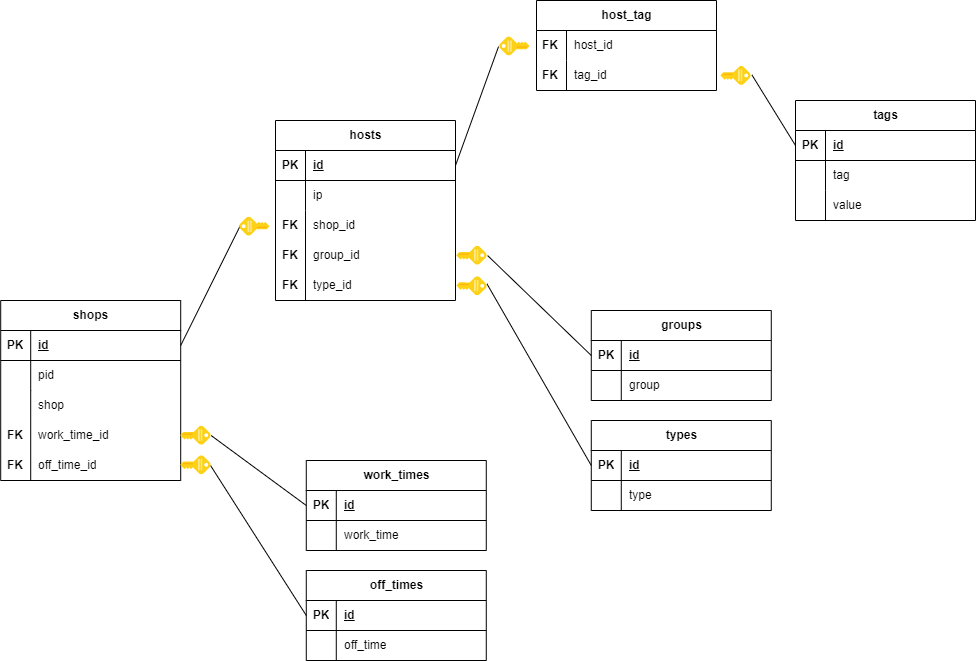
Above: db_schema.png in DorofD/zabbix_actualization_service (draw.io), before the change. Source tidied: cells renumbered, new cells last; positions are measured from the earlier drawing's top-left corner, leaving out a move shared by most shapes.
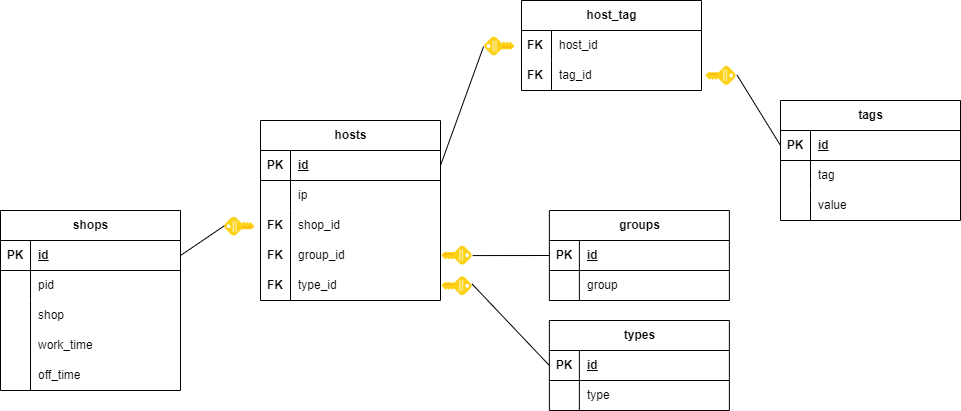
After the change.

Diff of the diagram source:
```diff
@@ -54,7 +54,7 @@
       <mxGeometry x="30" width="150" height="30" as="geometry" />
     </mxCell>
     <mxCell id="19" style="group;" parent="1" vertex="1">
-      <mxGeometry x="0.2" y="300" width="180" height="180" as="geometry" />
+      <mxGeometry x="15" y="210" width="180" height="180" as="geometry" />
     </mxCell>
     <mxCell id="20" value="shops" style="shape=table;startSize=30;rowLines=0;fontStyle=1;align=center;html=1;" parent="19" vertex="1">
       <mxGeometry width="180" height="180" as="geometry" />
@@ -89,16 +89,16 @@
     <mxCell id="30" value="shop" style="shape=partialRectangle;fillColor=none;top=0;left=0;bottom=0;right=0;align=left;spacingLeft=6;overflow=hidden;whiteSpace=wrap;html=1;" parent="19" vertex="1">
       <mxGeometry x="30" y="90" width="150" height="30" as="geometry" />
     </mxCell>
-    <mxCell id="31" value="work_time_id" style="shape=partialRectangle;fillColor=none;top=0;left=0;bottom=0;right=0;align=left;spacingLeft=6;overflow=hidden;whiteSpace=wrap;html=1;" parent="19" vertex="1">
+    <mxCell id="31" value="work_time" style="shape=partialRectangle;fillColor=none;top=0;left=0;bottom=0;right=0;align=left;spacingLeft=6;overflow=hidden;whiteSpace=wrap;html=1;" parent="19" vertex="1">
       <mxGeometry x="30" y="120" width="150" height="30" as="geometry" />
     </mxCell>
-    <mxCell id="32" value="off_time_id" style="shape=partialRectangle;fillColor=none;top=0;left=0;bottom=0;right=0;align=left;spacingLeft=6;overflow=hidden;whiteSpace=wrap;html=1;" parent="19" vertex="1">
+    <mxCell id="32" value="off_time" style="shape=partialRectangle;fillColor=none;top=0;left=0;bottom=0;right=0;align=left;spacingLeft=6;overflow=hidden;whiteSpace=wrap;html=1;" parent="19" vertex="1">
       <mxGeometry x="30" y="150" width="150" height="30" as="geometry" />
     </mxCell>
-    <mxCell id="33" value="FK" style="shape=partialRectangle;fillColor=none;top=0;left=0;bottom=0;right=0;fontStyle=1;overflow=hidden;whiteSpace=wrap;html=1;" parent="19" vertex="1">
+    <mxCell id="33" style="shape=partialRectangle;fillColor=none;top=0;left=0;bottom=0;right=0;fontStyle=1;overflow=hidden;whiteSpace=wrap;html=1;" parent="19" vertex="1">
       <mxGeometry y="120" width="30" height="30" as="geometry" />
     </mxCell>
-    <mxCell id="34" value="FK" style="shape=partialRectangle;fillColor=none;top=0;left=0;bottom=0;right=0;fontStyle=1;overflow=hidden;whiteSpace=wrap;html=1;" parent="19" vertex="1">
+    <mxCell id="34" style="shape=partialRectangle;fillColor=none;top=0;left=0;bottom=0;right=0;fontStyle=1;overflow=hidden;whiteSpace=wrap;html=1;" parent="19" vertex="1">
       <mxGeometry y="150" width="30" height="30" as="geometry" />
     </mxCell>
     <mxCell id="35" style="endArrow=none;html=1;rounded=0;entryX=0.545;entryY=0.032;entryDx=0;entryDy=0;entryPerimeter=0;exitX=1;exitY=0.5;exitDx=0;exitDy=0;" parent="1" edge="1" source="21" target="54">
@@ -161,62 +161,8 @@
     <mxCell id="54" style="sketch=0;html=1;points=[];align=center;image;fontSize=12;image=img/lib/mscae/Key.svg;rotation=-90;" parent="36" vertex="1">
       <mxGeometry y="90" width="18.9" height="30.4" as="geometry" />
     </mxCell>
-    <mxCell id="55" style="group;" parent="1" vertex="1">
-      <mxGeometry x="275" y="460" width="210.8" height="90" as="geometry" />
-    </mxCell>
-    <mxCell id="56" value="work_times" style="shape=table;startSize=30;rowLines=0;fontStyle=1;align=center;html=1;" parent="55" vertex="1">
-      <mxGeometry x="30.8" width="180" height="90" as="geometry" />
-    </mxCell>
-    <mxCell id="57" style="shape=tableRow;horizontal=0;startSize=0;swimlaneHead=0;swimlaneBody=0;fillColor=none;points=[[0,0.5],[1,0.5]];portConstraint=eastwest;top=0;left=0;right=0;bottom=1;" parent="56" vertex="1">
-      <mxGeometry y="30" width="180" height="30" as="geometry" />
-    </mxCell>
-    <mxCell id="58" value="PK" style="shape=partialRectangle;fillColor=none;top=0;left=0;bottom=0;right=0;fontStyle=1;overflow=hidden;whiteSpace=wrap;html=1;" parent="57" vertex="1">
-      <mxGeometry width="30" height="30" as="geometry" />
-    </mxCell>
-    <mxCell id="59" value="id" style="shape=partialRectangle;fillColor=none;top=0;left=0;bottom=0;right=0;align=left;spacingLeft=6;fontStyle=5;overflow=hidden;whiteSpace=wrap;html=1;" parent="57" vertex="1">
-      <mxGeometry x="30" width="150" height="30" as="geometry" />
-    </mxCell>
-    <mxCell id="60" style="shape=tableRow;horizontal=0;startSize=0;swimlaneHead=0;swimlaneBody=0;fillColor=none;top=0;left=0;right=0;bottom=0;" parent="56" vertex="1">
-      <mxGeometry y="60" width="180" height="30" as="geometry" />
-    </mxCell>
-    <mxCell id="61" style="shape=partialRectangle;fillColor=none;top=0;left=0;bottom=0;right=0;overflow=hidden;whiteSpace=wrap;html=1;" parent="60" vertex="1">
-      <mxGeometry width="30" height="30" as="geometry" />
-    </mxCell>
-    <mxCell id="62" value="work_time" style="shape=partialRectangle;fillColor=none;top=0;left=0;bottom=0;right=0;align=left;spacingLeft=6;overflow=hidden;whiteSpace=wrap;html=1;" parent="60" vertex="1">
-      <mxGeometry x="30" width="150" height="30" as="geometry" />
-    </mxCell>
-    <mxCell id="63" style="group;" parent="1" vertex="1">
-      <mxGeometry x="275" y="570" width="210.8" height="90" as="geometry" />
-    </mxCell>
-    <mxCell id="64" value="off_times" style="shape=table;startSize=30;rowLines=0;fontStyle=1;align=center;html=1;" parent="63" vertex="1">
-      <mxGeometry x="30.8" width="180" height="90" as="geometry" />
-    </mxCell>
-    <mxCell id="65" style="shape=tableRow;horizontal=0;startSize=0;swimlaneHead=0;swimlaneBody=0;fillColor=none;points=[[0,0.5],[1,0.5]];portConstraint=eastwest;top=0;left=0;right=0;bottom=1;" parent="64" vertex="1">
-      <mxGeometry y="30" width="180" height="30" as="geometry" />
-    </mxCell>
-    <mxCell id="66" value="PK" style="shape=partialRectangle;fillColor=none;top=0;left=0;bottom=0;right=0;fontStyle=1;overflow=hidden;whiteSpace=wrap;html=1;" parent="65" vertex="1">
-      <mxGeometry width="30" height="30" as="geometry" />
-    </mxCell>
-    <mxCell id="67" value="id" style="shape=partialRectangle;fillColor=none;top=0;left=0;bottom=0;right=0;align=left;spacingLeft=6;fontStyle=5;overflow=hidden;whiteSpace=wrap;html=1;" parent="65" vertex="1">
-      <mxGeometry x="30" width="150" height="30" as="geometry" />
-    </mxCell>
-    <mxCell id="68" style="shape=tableRow;horizontal=0;startSize=0;swimlaneHead=0;swimlaneBody=0;fillColor=none;top=0;left=0;right=0;bottom=0;" parent="64" vertex="1">
-      <mxGeometry y="60" width="180" height="30" as="geometry" />
-    </mxCell>
-    <mxCell id="69" style="shape=partialRectangle;fillColor=none;top=0;left=0;bottom=0;right=0;overflow=hidden;whiteSpace=wrap;html=1;" parent="68" vertex="1">
-      <mxGeometry width="30" height="30" as="geometry" />
-    </mxCell>
-    <mxCell id="70" value="off_time" style="shape=partialRectangle;fillColor=none;top=0;left=0;bottom=0;right=0;align=left;spacingLeft=6;overflow=hidden;whiteSpace=wrap;html=1;" parent="68" vertex="1">
-      <mxGeometry x="30" width="150" height="30" as="geometry" />
-    </mxCell>
-    <mxCell id="71" style="endArrow=none;html=1;rounded=0;entryX=0;entryY=0.5;entryDx=0;entryDy=0;exitX=0.493;exitY=-0.035;exitDx=0;exitDy=0;exitPerimeter=0;" parent="1" edge="1" source="97" target="57">
-      <mxGeometry relative="1" as="geometry" />
-    </mxCell>
-    <mxCell id="72" style="endArrow=none;html=1;rounded=0;entryX=0;entryY=0.5;entryDx=0;entryDy=0;exitX=0.511;exitY=-0.012;exitDx=0;exitDy=0;exitPerimeter=0;" parent="1" edge="1" source="98" target="65">
-      <mxGeometry relative="1" as="geometry" />
-    </mxCell>
     <mxCell id="73" style="group;" parent="1" vertex="1">
-      <mxGeometry x="555" y="420" width="215.8" height="90" as="geometry" />
+      <mxGeometry x="528.1" y="320" width="215.8" height="90" as="geometry" />
     </mxCell>
     <mxCell id="74" value="types" style="shape=table;startSize=30;rowLines=0;fontStyle=1;align=center;html=1;" parent="73" vertex="1">
       <mxGeometry x="35.8" width="180" height="90" as="geometry" />
@@ -240,7 +186,7 @@
       <mxGeometry x="30" width="150" height="30" as="geometry" />
     </mxCell>
     <mxCell id="81" style="group;" parent="1" vertex="1">
-      <mxGeometry x="555" y="310" width="215.8" height="90" as="geometry" />
+      <mxGeometry x="528.1" y="210" width="215.8" height="90" as="geometry" />
     </mxCell>
     <mxCell id="82" value="groups" style="shape=table;startSize=30;rowLines=0;fontStyle=1;align=center;html=1;" parent="81" vertex="1">
       <mxGeometry x="35.8" width="180" height="90" as="geometry" />
@@ -287,12 +233,6 @@
     <mxCell id="96" style="sketch=0;html=1;points=[];align=center;image;fontSize=12;image=img/lib/mscae/Key.svg;rotation=91;" parent="1" vertex="1">
       <mxGeometry x="461" y="270.4" width="18.9" height="30.4" as="geometry" />
     </mxCell>
-    <mxCell id="97" style="sketch=0;html=1;points=[];align=center;image;fontSize=12;image=img/lib/mscae/Key.svg;rotation=90;" parent="1" vertex="1">
-      <mxGeometry x="185" y="420" width="18.9" height="30.4" as="geometry" />
-    </mxCell>
-    <mxCell id="98" style="sketch=0;html=1;points=[];align=center;image;fontSize=12;image=img/lib/mscae/Key.svg;rotation=90;" parent="1" vertex="1">
-      <mxGeometry x="185" y="449.6" width="18.9" height="30.4" as="geometry" />
-    </mxCell>
     <mxCell id="99" value="FK" style="shape=partialRectangle;fillColor=none;top=0;left=0;bottom=0;right=0;fontStyle=1;overflow=hidden;whiteSpace=wrap;html=1;" parent="1" vertex="1">
       <mxGeometry x="535" y="59.6" width="30" height="30" as="geometry" />
     </mxCell>
```
